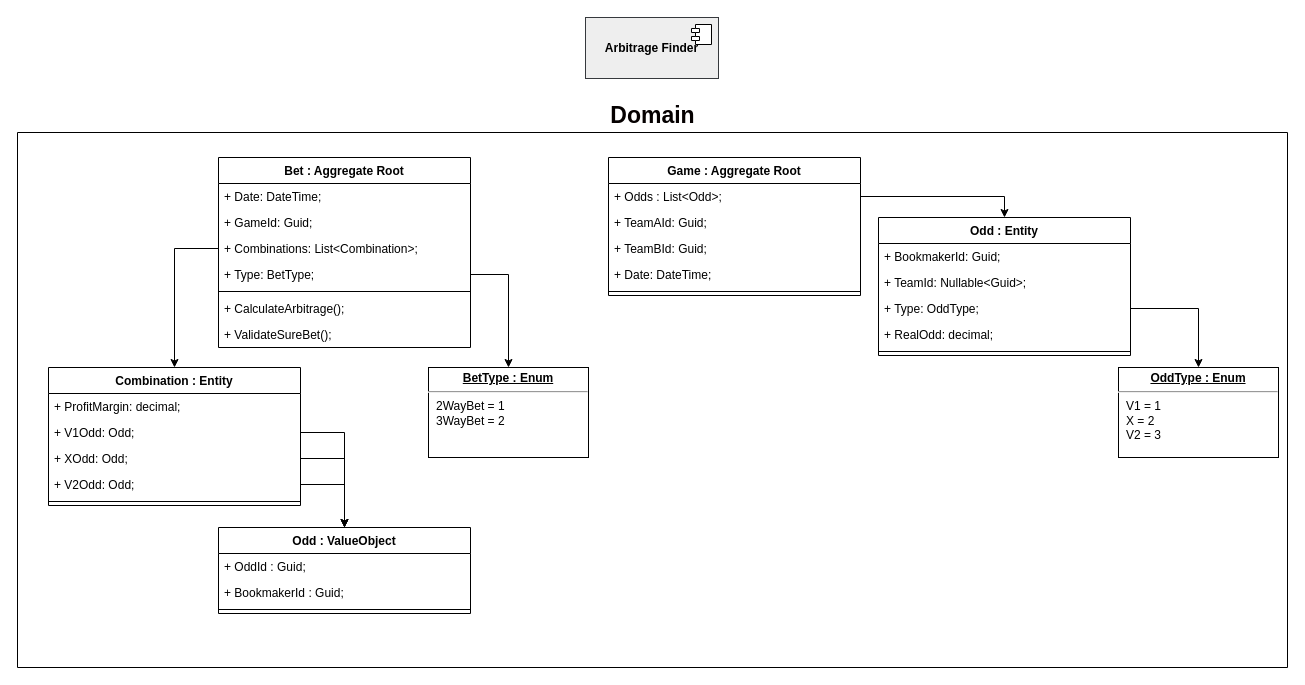
This is page "arbitrage-finder" (2 of 2) of diagrams/arbitrage-finder.drawio from skullizador/arbitrage-finder, a draw.io file, before an edit. Source tidied: cells renumbered, new cells numbered last; positions are measured from the earlier drawing's top-left corner, leaving out a move shared by most shapes. Both pictures are drawn from the tidied source at 100%, with x=0, y=0 at pixel (17, 17).
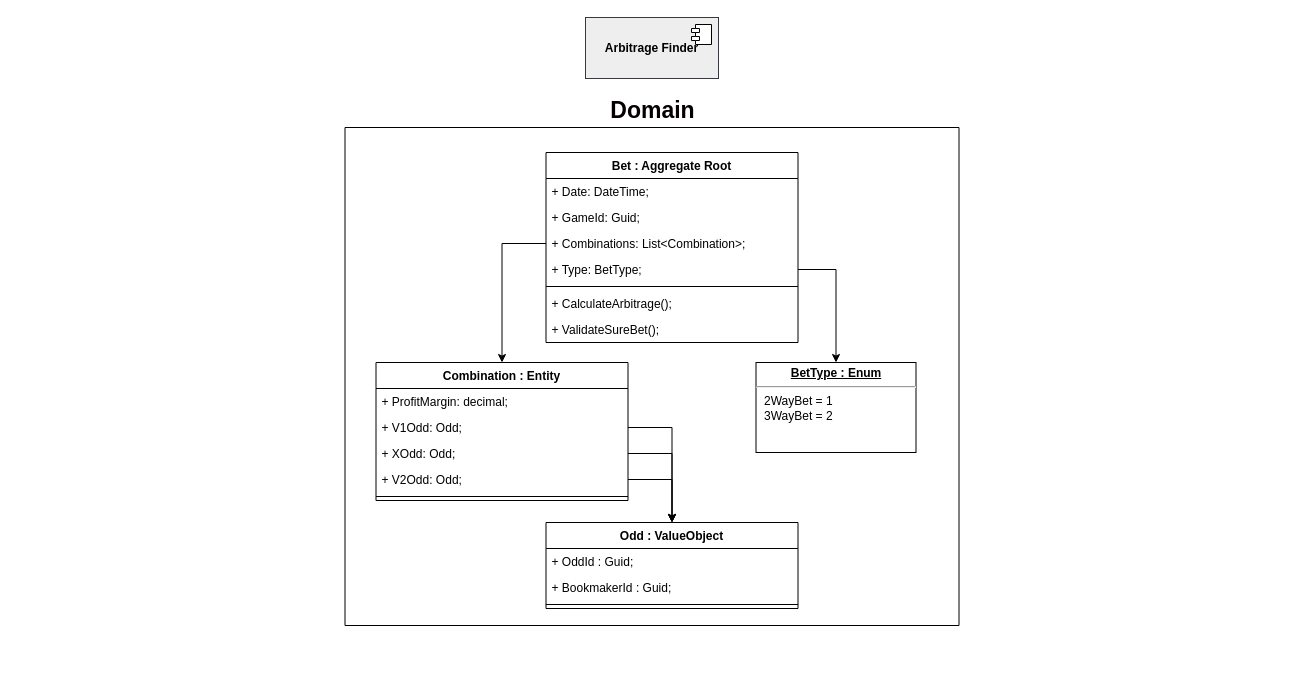
After the change.

Commit message (it also covers changes not shown here):
HA-101: Update domain diagrams;

What changed in the source:
```diff
@@
     <mxCell id="2" value="Domain" style="swimlane;horizontal=1;fontSize=23;html=1;labelPosition=center;verticalLabelPosition=top;align=center;verticalAlign=bottom;startSize=0;glass=0;shadow=0;swimlaneFillColor=none;fontColor=#050000;" parent="1" vertex="1">
-      <mxGeometry y="115" width="1270" height="535" as="geometry" />
+      <mxGeometry x="327.5" y="110" width="614" height="498" as="geometry" />
     </mxCell>
@@
-    <mxCell id="11" value="&lt;p style=&quot;margin:0px;margin-top:4px;text-align:center;text-decoration:underline;&quot;&gt;&lt;b&gt;OddType : Enum&lt;/b&gt;&lt;/p&gt;&lt;hr&gt;&lt;p style=&quot;margin:0px;margin-left:8px;&quot;&gt;V1 = 1&lt;/p&gt;&lt;p style=&quot;margin:0px;margin-left:8px;&quot;&gt;X = 2&lt;/p&gt;&lt;p style=&quot;margin:0px;margin-left:8px;&quot;&gt;V2 = 3&lt;/p&gt;" style="verticalAlign=top;align=left;overflow=fill;fontSize=12;fontFamily=Helvetica;html=1;" parent="2" vertex="1">
-      <mxGeometry x="1101" y="235" width="160" height="90" as="geometry" />
-    </mxCell>
-    <mxCell id="12" style="edgeStyle=orthogonalEdgeStyle;rounded=0;jettySize=auto;html=1;entryX=0.5;entryY=0;entryDx=0;entryDy=0;" parent="2" edge="1" source="23" target="11">
-      <mxGeometry relative="1" as="geometry" />
-    </mxCell>
@@
-    <mxCell id="20" value="Odd : Entity" style="swimlane;fontStyle=1;align=center;verticalAlign=top;horizontal=1;startSize=26;" parent="2" vertex="1">
-      <mxGeometry x="861" y="85" width="252" height="138" as="geometry" />
-    </mxCell>
-    <mxCell id="21" value="+ BookmakerId: Guid;" style="text;strokeColor=none;fillColor=none;align=left;verticalAlign=top;spacingLeft=4;spacingRight=4;overflow=hidden;" parent="20" vertex="1">
-      <mxGeometry y="26" width="252" height="26" as="geometry" />
-    </mxCell>
-    <mxCell id="22" value="+ TeamId: Nullable&lt;Guid&gt;;" style="text;strokeColor=none;fillColor=none;align=left;verticalAlign=top;spacingLeft=4;spacingRight=4;overflow=hidden;" parent="20" vertex="1">
-      <mxGeometry y="52" width="252" height="26" as="geometry" />
-    </mxCell>
-    <mxCell id="23" value="+ Type: OddType;" style="text;strokeColor=none;fillColor=none;align=left;verticalAlign=top;spacingLeft=4;spacingRight=4;overflow=hidden;points=[[0,0.5],[1,0.5]];portConstraint=eastwest;" parent="20" vertex="1">
-      <mxGeometry y="78" width="252" height="26" as="geometry" />
-    </mxCell>
-    <mxCell id="24" value="+ RealOdd: decimal;" style="text;strokeColor=none;fillColor=none;align=left;verticalAlign=top;spacingLeft=4;spacingRight=4;overflow=hidden;" parent="20" vertex="1">
-      <mxGeometry y="104" width="252" height="26" as="geometry" />
-    </mxCell>
-    <mxCell id="25" style="line;strokeWidth=1;fillColor=none;align=left;verticalAlign=middle;spacingTop=-1;spacingLeft=3;spacingRight=3;labelPosition=right;" parent="20" vertex="1">
-      <mxGeometry y="130" width="252" height="8" as="geometry" />
-    </mxCell>
@@
-    <mxCell id="28" value="Game : Aggregate Root" style="swimlane;fontStyle=1;align=center;verticalAlign=top;horizontal=1;startSize=26;" parent="2" vertex="1">
-      <mxGeometry x="591" y="25" width="252" height="138" as="geometry" />
-    </mxCell>
-    <mxCell id="29" value="+ Odds : List&lt;Odd&gt;;" style="text;strokeColor=none;fillColor=none;align=left;verticalAlign=top;spacingLeft=4;spacingRight=4;overflow=hidden;points=[[0,0.5],[1,0.5]];portConstraint=eastwest;" parent="28" vertex="1">
-      <mxGeometry y="26" width="252" height="26" as="geometry" />
-    </mxCell>
-    <mxCell id="30" value="+ TeamAId: Guid;" style="text;strokeColor=none;fillColor=none;align=left;verticalAlign=top;spacingLeft=4;spacingRight=4;overflow=hidden;" parent="28" vertex="1">
-      <mxGeometry y="52" width="252" height="26" as="geometry" />
-    </mxCell>
-    <mxCell id="31" value="+ TeamBId: Guid;" style="text;strokeColor=none;fillColor=none;align=left;verticalAlign=top;spacingLeft=4;spacingRight=4;overflow=hidden;" parent="28" vertex="1">
-      <mxGeometry y="78" width="252" height="26" as="geometry" />
-    </mxCell>
-    <mxCell id="32" value="+ Date: DateTime;" style="text;strokeColor=none;fillColor=none;align=left;verticalAlign=top;spacingLeft=4;spacingRight=4;overflow=hidden;" parent="28" vertex="1">
-      <mxGeometry y="104" width="252" height="26" as="geometry" />
-    </mxCell>
-    <mxCell id="33" style="line;strokeWidth=1;fillColor=none;align=left;verticalAlign=middle;spacingTop=-1;spacingLeft=3;spacingRight=3;labelPosition=right;" parent="28" vertex="1">
-      <mxGeometry y="130" width="252" height="8" as="geometry" />
-    </mxCell>
-    <mxCell id="34" style="edgeStyle=orthogonalEdgeStyle;rounded=0;jettySize=auto;html=1;entryX=0.5;entryY=0;entryDx=0;entryDy=0;strokeColor=#000000;strokeWidth=1;" parent="2" edge="1" source="29" target="20">
-      <mxGeometry relative="1" as="geometry" />
-    </mxCell>
```
